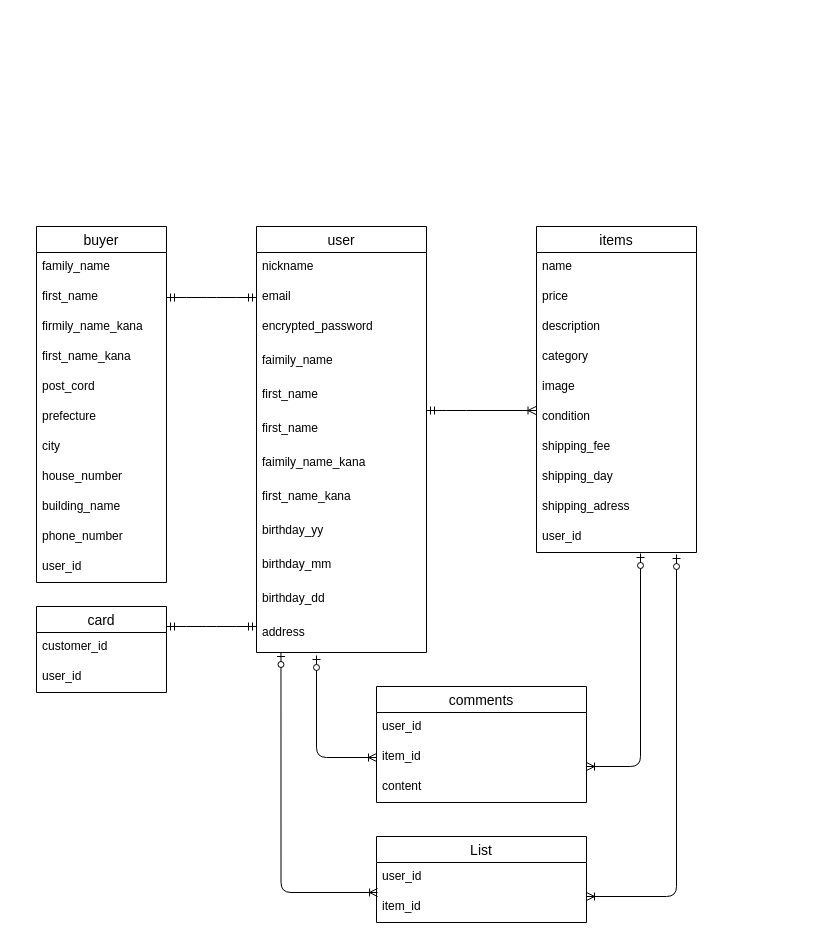
yumkx10/furima-38594 keeps this draw.io diagram as ER.dio. Above is the earlier version. Source tidied: cells renumbered, new cells numbered last; positions are measured from the earlier drawing's top-left corner, leaving out a move shared by most shapes. Both pictures are drawn from the tidied source at 100%, with x=0, y=0 at pixel (36, 226).
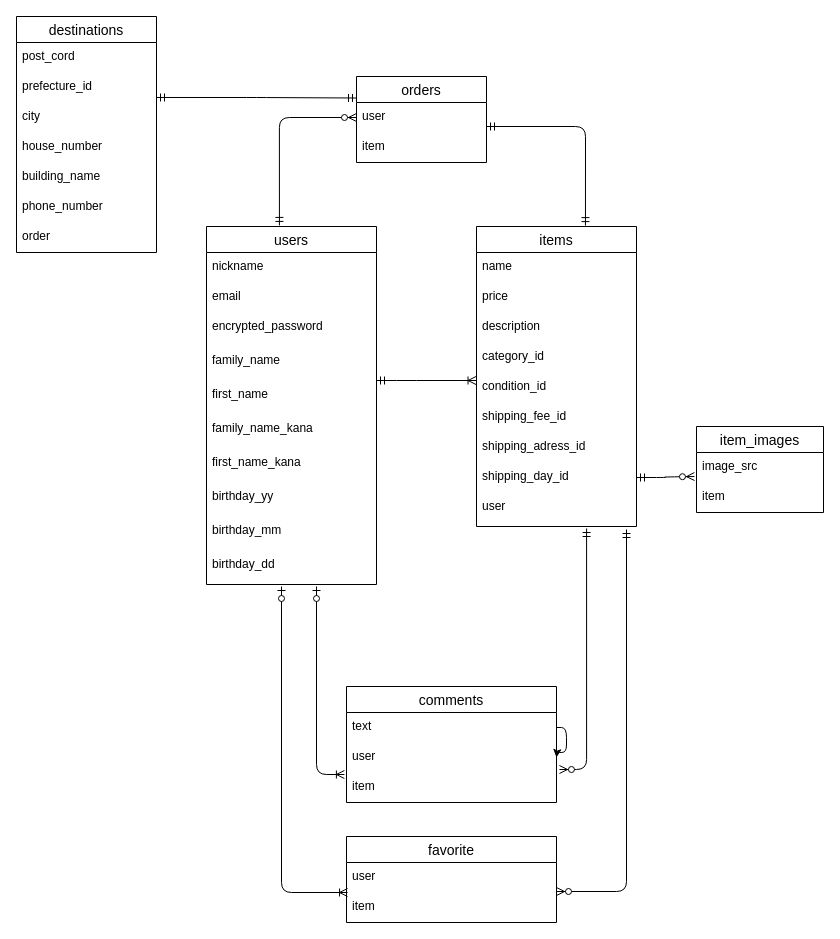
The same diagram, later.

The change refers to these unchanged cells:
```xml
<mxCell id="4" value="email" style="text;strokeColor=none;fillColor=none;spacingLeft=4;spacingRight=4;overflow=hidden;points=[[0,0.5],[1,0.5]];portConstraint=eastwest;fontSize=12;" parent="2" vertex="1">
  <mxGeometry y="56" width="170" height="30" as="geometry" />
</mxCell>
<mxCell id="7" value="first_name" style="text;strokeColor=none;fillColor=none;spacingLeft=4;spacingRight=4;overflow=hidden;points=[[0,0.5],[1,0.5]];portConstraint=eastwest;fontSize=12;" parent="2" vertex="1">
  <mxGeometry y="154" width="170" height="34" as="geometry" />
</mxCell>
```

The edit, as a diff of the source:
```diff
@@
-    <mxCell id="2" value="user" style="swimlane;fontStyle=0;horizontal=1;startSize=26;align=center;fontSize=14;" parent="1" vertex="1">
-      <mxGeometry x="220" width="170" height="426" as="geometry" />
+    <mxCell id="2" value="users" style="swimlane;fontStyle=0;horizontal=1;startSize=26;align=center;fontSize=14;" parent="1" vertex="1">
+      <mxGeometry x="170" width="170" height="358" as="geometry" />
     </mxCell>
@@
-    <mxCell id="6" value="faimily_name" style="text;strokeColor=none;fillColor=none;spacingLeft=4;spacingRight=4;overflow=hidden;fontSize=12;" parent="2" vertex="1">
+    <mxCell id="6" value="family_name" style="text;strokeColor=none;fillColor=none;spacingLeft=4;spacingRight=4;overflow=hidden;fontSize=12;" parent="2" vertex="1">
       <mxGeometry y="120" width="170" height="34" as="geometry" />
     </mxCell>
@@
-    <mxCell id="8" value="first_name" style="text;strokeColor=none;fillColor=none;spacingLeft=4;spacingRight=4;overflow=hidden;fontSize=12;" parent="2" vertex="1">
-      <mxGeometry y="188" width="170" height="34" as="geometry" />
-    </mxCell>
-    <mxCell id="9" value="faimily_name_kana" style="text;strokeColor=none;fillColor=none;spacingLeft=4;spacingRight=4;overflow=hidden;fontSize=12;" parent="2" vertex="1">
-      <mxGeometry y="222" width="170" height="34" as="geometry" />
+    <mxCell id="9" value="family_name_kana" style="text;strokeColor=none;fillColor=none;spacingLeft=4;spacingRight=4;overflow=hidden;fontSize=12;" parent="2" vertex="1">
+      <mxGeometry y="188" width="170" height="34" as="geometry" />
     </mxCell>
     <mxCell id="10" value="first_name_kana" style="text;strokeColor=none;fillColor=none;spacingLeft=4;spacingRight=4;overflow=hidden;fontSize=12;" parent="2" vertex="1">
-      <mxGeometry y="256" width="170" height="34" as="geometry" />
+      <mxGeometry y="222" width="170" height="34" as="geometry" />
     </mxCell>
     <mxCell id="11" value="birthday_yy" style="text;strokeColor=none;fillColor=none;spacingLeft=4;spacingRight=4;overflow=hidden;fontSize=12;" parent="2" vertex="1">
-      <mxGeometry y="290" width="170" height="34" as="geometry" />
+      <mxGeometry y="256" width="170" height="34" as="geometry" />
     </mxCell>
     <mxCell id="12" value="birthday_mm" style="text;strokeColor=none;fillColor=none;spacingLeft=4;spacingRight=4;overflow=hidden;fontSize=12;" parent="2" vertex="1">
-      <mxGeometry y="324" width="170" height="34" as="geometry" />
+      <mxGeometry y="290" width="170" height="34" as="geometry" />
     </mxCell>
     <mxCell id="13" value="birthday_dd" style="text;strokeColor=none;fillColor=none;spacingLeft=4;spacingRight=4;overflow=hidden;fontSize=12;" parent="2" vertex="1">
-      <mxGeometry y="358" width="170" height="34" as="geometry" />
+      <mxGeometry y="324" width="170" height="34" as="geometry" />
     </mxCell>
-    <mxCell id="14" value="address" style="text;strokeColor=none;fillColor=none;spacingLeft=4;spacingRight=4;overflow=hidden;points=[[0,0.5],[1,0.5]];portConstraint=eastwest;fontSize=12;" parent="2" vertex="1">
-      <mxGeometry y="392" width="170" height="34" as="geometry" />
-    </mxCell>
-    <mxCell id="15" value="buyer" style="swimlane;fontStyle=0;horizontal=1;startSize=26;align=center;fontSize=14;" parent="1" vertex="1">
-      <mxGeometry width="130" height="356" as="geometry" />
+    <mxCell id="15" value="destinations" style="swimlane;fontStyle=0;horizontal=1;startSize=26;align=center;fontSize=14;" parent="1" vertex="1">
+      <mxGeometry x="-20" y="-210" width="140" height="236" as="geometry" />
     </mxCell>
-    <mxCell id="16" value="family_name" style="text;strokeColor=none;fillColor=none;spacingLeft=4;spacingRight=4;overflow=hidden;fontSize=12;" parent="15" vertex="1">
-      <mxGeometry y="26" width="130" height="30" as="geometry" />
-    </mxCell>
-    <mxCell id="17" value="first_name" style="text;strokeColor=none;fillColor=none;spacingLeft=4;spacingRight=4;overflow=hidden;points=[[0,0.5],[1,0.5]];portConstraint=eastwest;fontSize=12;" parent="15" vertex="1">
-      <mxGeometry y="56" width="130" height="30" as="geometry" />
-    </mxCell>
-    <mxCell id="18" value="firmily_name_kana" style="text;strokeColor=none;fillColor=none;spacingLeft=4;spacingRight=4;overflow=hidden;fontSize=12;" parent="15" vertex="1">
-      <mxGeometry y="86" width="130" height="30" as="geometry" />
-    </mxCell>
-    <mxCell id="19" value="first_name_kana" style="text;strokeColor=none;fillColor=none;spacingLeft=4;spacingRight=4;overflow=hidden;fontSize=12;" parent="15" vertex="1">
-      <mxGeometry y="116" width="130" height="30" as="geometry" />
-    </mxCell>
     <mxCell id="20" value="post_cord" style="text;strokeColor=none;fillColor=none;spacingLeft=4;spacingRight=4;overflow=hidden;fontSize=12;" parent="15" vertex="1">
-      <mxGeometry y="146" width="130" height="30" as="geometry" />
+      <mxGeometry y="26" width="140" height="30" as="geometry" />
     </mxCell>
-    <mxCell id="21" value="prefecture" style="text;strokeColor=none;fillColor=none;spacingLeft=4;spacingRight=4;overflow=hidden;points=[[0,0.5],[1,0.5]];portConstraint=eastwest;fontSize=12;" parent="15" vertex="1">
-      <mxGeometry y="176" width="130" height="30" as="geometry" />
+    <mxCell id="21" value="prefecture_id" style="text;strokeColor=none;fillColor=none;spacingLeft=4;spacingRight=4;overflow=hidden;points=[[0,0.5],[1,0.5]];portConstraint=eastwest;fontSize=12;" parent="15" vertex="1">
+      <mxGeometry y="56" width="140" height="30" as="geometry" />
     </mxCell>
     <mxCell id="22" value="city" style="text;strokeColor=none;fillColor=none;spacingLeft=4;spacingRight=4;overflow=hidden;fontSize=12;" parent="15" vertex="1">
-      <mxGeometry y="206" width="130" height="30" as="geometry" />
+      <mxGeometry y="86" width="140" height="30" as="geometry" />
     </mxCell>
     <mxCell id="23" value="house_number" style="text;strokeColor=none;fillColor=none;spacingLeft=4;spacingRight=4;overflow=hidden;fontSize=12;" parent="15" vertex="1">
-      <mxGeometry y="236" width="130" height="30" as="geometry" />
+      <mxGeometry y="116" width="140" height="30" as="geometry" />
     </mxCell>
     <mxCell id="24" value="building_name" style="text;strokeColor=none;fillColor=none;spacingLeft=4;spacingRight=4;overflow=hidden;fontSize=12;" parent="15" vertex="1">
-      <mxGeometry y="266" width="130" height="30" as="geometry" />
+      <mxGeometry y="146" width="140" height="30" as="geometry" />
     </mxCell>
     <mxCell id="25" value="phone_number" style="text;strokeColor=none;fillColor=none;spacingLeft=4;spacingRight=4;overflow=hidden;fontSize=12;" parent="15" vertex="1">
-      <mxGeometry y="296" width="130" height="30" as="geometry" />
+      <mxGeometry y="176" width="140" height="30" as="geometry" />
     </mxCell>
-    <mxCell id="26" value="user_id" style="text;strokeColor=none;fillColor=none;spacingLeft=4;spacingRight=4;overflow=hidden;fontSize=12;" parent="15" vertex="1">
-      <mxGeometry y="326" width="130" height="30" as="geometry" />
+    <mxCell id="26" value="order" style="text;strokeColor=none;fillColor=none;spacingLeft=4;spacingRight=4;overflow=hidden;fontSize=12;" parent="15" vertex="1">
+      <mxGeometry y="206" width="140" height="30" as="geometry" />
     </mxCell>
-    <mxCell id="27" style="edgeStyle=entityRelationEdgeStyle;fontSize=12;html=1;endArrow=ERmandOne;startArrow=ERmandOne;entryX=0;entryY=0.5;entryDx=0;entryDy=0;exitX=1;exitY=0.5;exitDx=0;exitDy=0;" parent="1" edge="1" source="17" target="4">
-      <mxGeometry relative="1" as="geometry" />
-    </mxCell>
     <mxCell id="28" value="items" style="swimlane;fontStyle=0;horizontal=1;startSize=26;align=center;fontSize=14;" parent="1" vertex="1">
-      <mxGeometry x="500" width="160" height="326" as="geometry" />
+      <mxGeometry x="440" width="160" height="300" as="geometry" />
     </mxCell>
@@
-    <mxCell id="32" value="category" style="text;strokeColor=none;fillColor=none;spacingLeft=4;spacingRight=4;overflow=hidden;fontSize=12;" parent="28" vertex="1">
+    <mxCell id="32" value="category_id" style="text;strokeColor=none;fillColor=none;spacingLeft=4;spacingRight=4;overflow=hidden;fontSize=12;" parent="28" vertex="1">
       <mxGeometry y="116" width="160" height="30" as="geometry" />
     </mxCell>
-    <mxCell id="33" value="image" style="text;strokeColor=none;fillColor=none;spacingLeft=4;spacingRight=4;overflow=hidden;fontSize=12;" parent="28" vertex="1">
-      <mxGeometry y="146" width="160" height="30" as="geometry" />
-    </mxCell>
-    <mxCell id="34" value="condition" style="text;strokeColor=none;fillColor=none;spacingLeft=4;spacingRight=4;overflow=hidden;points=[[0,0.5],[1,0.5]];portConstraint=eastwest;fontSize=12;" parent="28" vertex="1">
-      <mxGeometry y="176" width="160" height="30" as="geometry" />
+    <mxCell id="34" value="condition_id" style="text;strokeColor=none;fillColor=none;spacingLeft=4;spacingRight=4;overflow=hidden;points=[[0,0.5],[1,0.5]];portConstraint=eastwest;fontSize=12;" parent="28" vertex="1">
+      <mxGeometry y="146" width="160" height="30" as="geometry" />
     </mxCell>
-    <mxCell id="35" value="shipping_fee" style="text;strokeColor=none;fillColor=none;spacingLeft=4;spacingRight=4;overflow=hidden;fontSize=12;" parent="28" vertex="1">
-      <mxGeometry y="206" width="160" height="30" as="geometry" />
+    <mxCell id="35" value="shipping_fee_id" style="text;strokeColor=none;fillColor=none;spacingLeft=4;spacingRight=4;overflow=hidden;fontSize=12;" parent="28" vertex="1">
+      <mxGeometry y="176" width="160" height="30" as="geometry" />
     </mxCell>
+    <mxCell id="37" value="shipping_adress_id" style="text;strokeColor=none;fillColor=none;spacingLeft=4;spacingRight=4;overflow=hidden;fontSize=12;" parent="28" vertex="1">
+      <mxGeometry y="206" width="160" height="30" as="geometry" />
+    </mxCell>
-    <mxCell id="36" value="shipping_day" style="text;strokeColor=none;fillColor=none;spacingLeft=4;spacingRight=4;overflow=hidden;points=[[0,0.5],[1,0.5]];portConstraint=eastwest;fontSize=12;" parent="28" vertex="1">
+    <mxCell id="36" value="shipping_day_id" style="text;strokeColor=none;fillColor=none;spacingLeft=4;spacingRight=4;overflow=hidden;points=[[0,0.5],[1,0.5]];portConstraint=eastwest;fontSize=12;" parent="28" vertex="1">
       <mxGeometry y="236" width="160" height="30" as="geometry" />
     </mxCell>
-    <mxCell id="37" value="shipping_adress" style="text;strokeColor=none;fillColor=none;spacingLeft=4;spacingRight=4;overflow=hidden;fontSize=12;" parent="28" vertex="1">
-      <mxGeometry y="266" width="160" height="30" as="geometry" />
-    </mxCell>
-    <mxCell id="38" value="user_id" style="text;strokeColor=none;fillColor=none;spacingLeft=4;spacingRight=4;overflow=hidden;points=[[0,0.5],[1,0.5]];portConstraint=eastwest;fontSize=12;" parent="28" vertex="1">
-      <mxGeometry y="296" width="160" height="30" as="geometry" />
-    </mxCell>
+    <mxCell id="55" value="user" style="text;strokeColor=none;fillColor=none;spacingLeft=4;spacingRight=4;overflow=hidden;points=[[0,0.5],[1,0.5]];portConstraint=eastwest;fontSize=12;" parent="28" vertex="1">
+      <mxGeometry y="266" width="160" height="34" as="geometry" />
+    </mxCell>
-    <mxCell id="39" value="card" style="swimlane;fontStyle=0;horizontal=1;startSize=26;align=center;fontSize=14;" parent="1" vertex="1">
-      <mxGeometry y="380" width="130" height="86" as="geometry" />
+    <mxCell id="39" value="orders" style="swimlane;fontStyle=0;horizontal=1;startSize=26;align=center;fontSize=14;" parent="1" vertex="1">
+      <mxGeometry x="320" y="-150" width="130" height="86" as="geometry" />
     </mxCell>
-    <mxCell id="40" value="customer_id" style="text;strokeColor=none;fillColor=none;spacingLeft=4;spacingRight=4;overflow=hidden;fontSize=12;" parent="39" vertex="1">
-      <mxGeometry y="26" width="130" height="30" as="geometry" />
-    </mxCell>
-    <mxCell id="41" value="user_id" style="text;strokeColor=none;fillColor=none;spacingLeft=4;spacingRight=4;overflow=hidden;points=[[0,0.5],[1,0.5]];portConstraint=eastwest;fontSize=12;" parent="39" vertex="1">
-      <mxGeometry y="56" width="130" height="30" as="geometry" />
+    <mxCell id="41" value="user" style="text;strokeColor=none;fillColor=none;spacingLeft=4;spacingRight=4;overflow=hidden;points=[[0,0.5],[1,0.5]];portConstraint=eastwest;fontSize=12;" parent="39" vertex="1">
+      <mxGeometry y="26" width="130" height="30" as="geometry" />
     </mxCell>
+    <mxCell id="56" value="item" style="text;strokeColor=none;fillColor=none;spacingLeft=4;spacingRight=4;overflow=hidden;fontSize=12;" parent="39" vertex="1">
+      <mxGeometry y="56" width="130" height="30" as="geometry" />
+    </mxCell>
-    <mxCell id="42" style="edgeStyle=entityRelationEdgeStyle;fontSize=12;html=1;endArrow=ERoneToMany;startArrow=ERmandOne;entryX=-0.003;entryY=0.267;entryDx=0;entryDy=0;entryPerimeter=0;" parent="1" edge="1" target="34">
-      <mxGeometry relative="1" as="geometry">
-        <mxPoint x="390" y="184" as="sourcePoint" />
-      </mxGeometry>
+    <mxCell id="42" style="edgeStyle=entityRelationEdgeStyle;fontSize=12;html=1;endArrow=ERoneToMany;startArrow=ERmandOne;entryX=-0.003;entryY=0.267;entryDx=0;entryDy=0;entryPerimeter=0;exitX=1;exitY=0;exitDx=0;exitDy=0;exitPerimeter=0;" parent="1" edge="1" source="7" target="34">
+      <mxGeometry relative="1" as="geometry" />
     </mxCell>
     <mxCell id="43" value="comments" style="swimlane;fontStyle=0;horizontal=1;startSize=26;align=center;fontSize=14;" parent="1" vertex="1">
-      <mxGeometry x="340" y="460" width="210" height="116" as="geometry" />
+      <mxGeometry x="310" y="460" width="210" height="116" as="geometry" />
     </mxCell>
+    <mxCell id="46" value="text" style="text;strokeColor=none;fillColor=none;spacingLeft=4;spacingRight=4;overflow=hidden;points=[[0,0.5],[1,0.5]];portConstraint=eastwest;fontSize=12;" parent="43" vertex="1">
+      <mxGeometry y="26" width="210" height="30" as="geometry" />
+    </mxCell>
-    <mxCell id="44" value="user_id" style="text;strokeColor=none;fillColor=none;spacingLeft=4;spacingRight=4;overflow=hidden;fontSize=12;" parent="43" vertex="1">
-      <mxGeometry y="26" width="210" height="30" as="geometry" />
+    <mxCell id="44" value="user" style="text;strokeColor=none;fillColor=none;spacingLeft=4;spacingRight=4;overflow=hidden;fontSize=12;" parent="43" vertex="1">
+      <mxGeometry y="56" width="210" height="30" as="geometry" />
     </mxCell>
-    <mxCell id="45" value="item_id" style="text;strokeColor=none;fillColor=none;spacingLeft=4;spacingRight=4;overflow=hidden;points=[[0,0.5],[1,0.5]];portConstraint=eastwest;fontSize=12;" parent="43" vertex="1">
-      <mxGeometry y="56" width="210" height="30" as="geometry" />
+    <mxCell id="45" value="item" style="text;strokeColor=none;fillColor=none;spacingLeft=4;spacingRight=4;overflow=hidden;points=[[0,0.5],[1,0.5]];portConstraint=eastwest;fontSize=12;" parent="43" vertex="1">
+      <mxGeometry y="86" width="210" height="30" as="geometry" />
     </mxCell>
-    <mxCell id="46" value="content" style="text;strokeColor=none;fillColor=none;spacingLeft=4;spacingRight=4;overflow=hidden;points=[[0,0.5],[1,0.5]];portConstraint=eastwest;fontSize=12;" parent="43" vertex="1">
-      <mxGeometry y="86" width="210" height="30" as="geometry" />
-    </mxCell>
-    <mxCell id="47" value="List" style="swimlane;fontStyle=0;horizontal=1;startSize=26;align=center;fontSize=14;" parent="1" vertex="1">
-      <mxGeometry x="340" y="610" width="210" height="86" as="geometry" />
+    <mxCell id="47" value="favorite" style="swimlane;fontStyle=0;horizontal=1;startSize=26;align=center;fontSize=14;" parent="1" vertex="1">
+      <mxGeometry x="310" y="610" width="210" height="86" as="geometry" />
     </mxCell>
-    <mxCell id="48" value="user_id" style="text;strokeColor=none;fillColor=none;spacingLeft=4;spacingRight=4;overflow=hidden;fontSize=12;" parent="47" vertex="1">
+    <mxCell id="48" value="user" style="text;strokeColor=none;fillColor=none;spacingLeft=4;spacingRight=4;overflow=hidden;fontSize=12;" parent="47" vertex="1">
       <mxGeometry y="26" width="210" height="30" as="geometry" />
     </mxCell>
-    <mxCell id="49" value="item_id" style="text;strokeColor=none;fillColor=none;spacingLeft=4;spacingRight=4;overflow=hidden;points=[[0,0.5],[1,0.5]];portConstraint=eastwest;fontSize=12;" parent="47" vertex="1">
+    <mxCell id="49" value="item" style="text;strokeColor=none;fillColor=none;spacingLeft=4;spacingRight=4;overflow=hidden;points=[[0,0.5],[1,0.5]];portConstraint=eastwest;fontSize=12;" parent="47" vertex="1">
       <mxGeometry y="56" width="210" height="30" as="geometry" />
     </mxCell>
-    <mxCell id="50" style="edgeStyle=orthogonalEdgeStyle;fontSize=12;html=1;endArrow=ERoneToMany;startArrow=ERzeroToOne;exitX=0.65;exitY=1.033;exitDx=0;exitDy=0;exitPerimeter=0;entryX=1;entryY=0.8;entryDx=0;entryDy=0;entryPerimeter=0;" parent="1" edge="1" source="38" target="45">
-      <mxGeometry relative="1" as="geometry" />
-    </mxCell>
-    <mxCell id="51" style="edgeStyle=orthogonalEdgeStyle;fontSize=12;html=1;endArrow=ERoneToMany;startArrow=ERzeroToOne;exitX=0.144;exitY=1;exitDx=0;exitDy=0;exitPerimeter=0;entryX=0.005;entryY=0;entryDx=0;entryDy=0;entryPerimeter=0;" parent="1" edge="1" source="14" target="49">
+    <mxCell id="51" style="edgeStyle=orthogonalEdgeStyle;fontSize=12;html=1;endArrow=ERoneToMany;startArrow=ERzeroToOne;entryX=0.005;entryY=0;entryDx=0;entryDy=0;entryPerimeter=0;" parent="1" edge="1" target="49">
       <mxGeometry relative="1" as="geometry">
+        <mxPoint x="245" y="360" as="sourcePoint" />
         <Array as="points">
           <mxPoint x="245" y="666" />
         </Array>
       </mxGeometry>
     </mxCell>
-    <mxCell id="52" style="edgeStyle=orthogonalEdgeStyle;fontSize=12;html=1;endArrow=ERoneToMany;startArrow=ERzeroToOne;exitX=0.875;exitY=1.067;exitDx=0;exitDy=0;exitPerimeter=0;" parent="1" edge="1" source="38">
-      <mxGeometry relative="1" as="geometry">
-        <mxPoint x="550" y="670" as="targetPoint" />
-        <Array as="points">
-          <mxPoint x="640" y="670" />
-          <mxPoint x="550" y="670" />
-        </Array>
-      </mxGeometry>
-    </mxCell>
-    <mxCell id="53" style="edgeStyle=orthogonalEdgeStyle;fontSize=12;html=1;endArrow=ERoneToMany;startArrow=ERzeroToOne;entryX=0;entryY=0.5;entryDx=0;entryDy=0;" parent="1" edge="1" target="45">
+    <mxCell id="53" style="edgeStyle=orthogonalEdgeStyle;fontSize=12;html=1;endArrow=ERoneToMany;startArrow=ERzeroToOne;entryX=-0.01;entryY=0.067;entryDx=0;entryDy=0;entryPerimeter=0;" parent="1" edge="1" target="45">
       <mxGeometry relative="1" as="geometry">
-        <mxPoint x="280" y="429" as="sourcePoint" />
+        <mxPoint x="280" y="360" as="sourcePoint" />
         <Array as="points">
-          <mxPoint x="280" y="429" />
-          <mxPoint x="280" y="531" />
+          <mxPoint x="280" y="548" />
         </Array>
       </mxGeometry>
     </mxCell>
-    <mxCell id="54" style="edgeStyle=entityRelationEdgeStyle;fontSize=12;html=1;endArrow=ERmandOne;startArrow=ERmandOne;" parent="1" edge="1">
-      <mxGeometry relative="1" as="geometry">
-        <mxPoint x="130" y="400" as="sourcePoint" />
-        <mxPoint x="220" y="400" as="targetPoint" />
-      </mxGeometry>
-    </mxCell>
+    <mxCell id="57" value="item_images" style="swimlane;fontStyle=0;horizontal=1;startSize=26;align=center;fontSize=14;" parent="1" vertex="1">
+      <mxGeometry x="660" y="200" width="127" height="86" as="geometry" />
+    </mxCell>
+    <mxCell id="58" value="image_src" style="text;strokeColor=none;fillColor=none;spacingLeft=4;spacingRight=4;overflow=hidden;points=[[0,0.5],[1,0.5]];portConstraint=eastwest;fontSize=12;" parent="57" vertex="1">
+      <mxGeometry y="26" width="127" height="30" as="geometry" />
+    </mxCell>
+    <mxCell id="59" value="item" style="text;strokeColor=none;fillColor=none;spacingLeft=4;spacingRight=4;overflow=hidden;fontSize=12;" parent="57" vertex="1">
+      <mxGeometry y="56" width="127" height="30" as="geometry" />
+    </mxCell>
+    <mxCell id="60" style="edgeStyle=entityRelationEdgeStyle;fontSize=12;html=1;endArrow=ERzeroToMany;startArrow=ERmandOne;entryX=-0.016;entryY=0.8;entryDx=0;entryDy=0;entryPerimeter=0;exitX=1;exitY=0.5;exitDx=0;exitDy=0;" parent="1" edge="1" source="36" target="58">
+      <mxGeometry relative="1" as="geometry" />
+    </mxCell>
+    <mxCell id="61" style="edgeStyle=orthogonalEdgeStyle;fontSize=12;html=1;endArrow=ERzeroToMany;startArrow=ERmandOne;entryX=1;entryY=-0.033;entryDx=0;entryDy=0;entryPerimeter=0;" parent="1" edge="1" target="49">
+      <mxGeometry relative="1" as="geometry">
+        <mxPoint x="590" y="303" as="sourcePoint" />
+        <Array as="points">
+          <mxPoint x="590" y="665" />
+        </Array>
+      </mxGeometry>
+    </mxCell>
+    <mxCell id="62" style="edgeStyle=orthogonalEdgeStyle;fontSize=12;html=1;endArrow=ERzeroToMany;startArrow=ERmandOne;entryX=1.014;entryY=-0.1;entryDx=0;entryDy=0;entryPerimeter=0;exitX=0.688;exitY=1.059;exitDx=0;exitDy=0;exitPerimeter=0;" parent="1" edge="1" source="55" target="45">
+      <mxGeometry relative="1" as="geometry">
+        <Array as="points">
+          <mxPoint x="550" y="543" />
+        </Array>
+      </mxGeometry>
+    </mxCell>
+    <mxCell id="63" style="edgeStyle=orthogonalEdgeStyle;html=1;exitX=1;exitY=0.5;exitDx=0;exitDy=0;" parent="1" edge="1" source="46">
+      <mxGeometry relative="1" as="geometry">
+        <mxPoint x="520" y="531" as="targetPoint" />
+      </mxGeometry>
+    </mxCell>
+    <mxCell id="64" style="edgeStyle=orthogonalEdgeStyle;fontSize=12;html=1;endArrow=ERzeroToMany;startArrow=ERmandOne;exitX=0.429;exitY=-0.003;exitDx=0;exitDy=0;exitPerimeter=0;entryX=0;entryY=0.5;entryDx=0;entryDy=0;" parent="1" edge="1" source="2" target="41">
+      <mxGeometry relative="1" as="geometry" />
+    </mxCell>
+    <mxCell id="65" style="edgeStyle=orthogonalEdgeStyle;fontSize=12;html=1;endArrow=ERmandOne;startArrow=ERmandOne;entryX=0.681;entryY=-0.003;entryDx=0;entryDy=0;entryPerimeter=0;" parent="1" edge="1" target="28">
+      <mxGeometry relative="1" as="geometry">
+        <mxPoint x="450" y="-100" as="sourcePoint" />
+        <Array as="points">
+          <mxPoint x="549" y="-100" />
+        </Array>
+      </mxGeometry>
+    </mxCell>
+    <mxCell id="66" style="edgeStyle=orthogonalEdgeStyle;fontSize=12;html=1;endArrow=ERmandOne;startArrow=ERmandOne;entryX=0;entryY=0.25;entryDx=0;entryDy=0;exitX=1;exitY=0.833;exitDx=0;exitDy=0;exitPerimeter=0;" parent="1" edge="1" source="21" target="39">
+      <mxGeometry relative="1" as="geometry" />
+    </mxCell>
```
